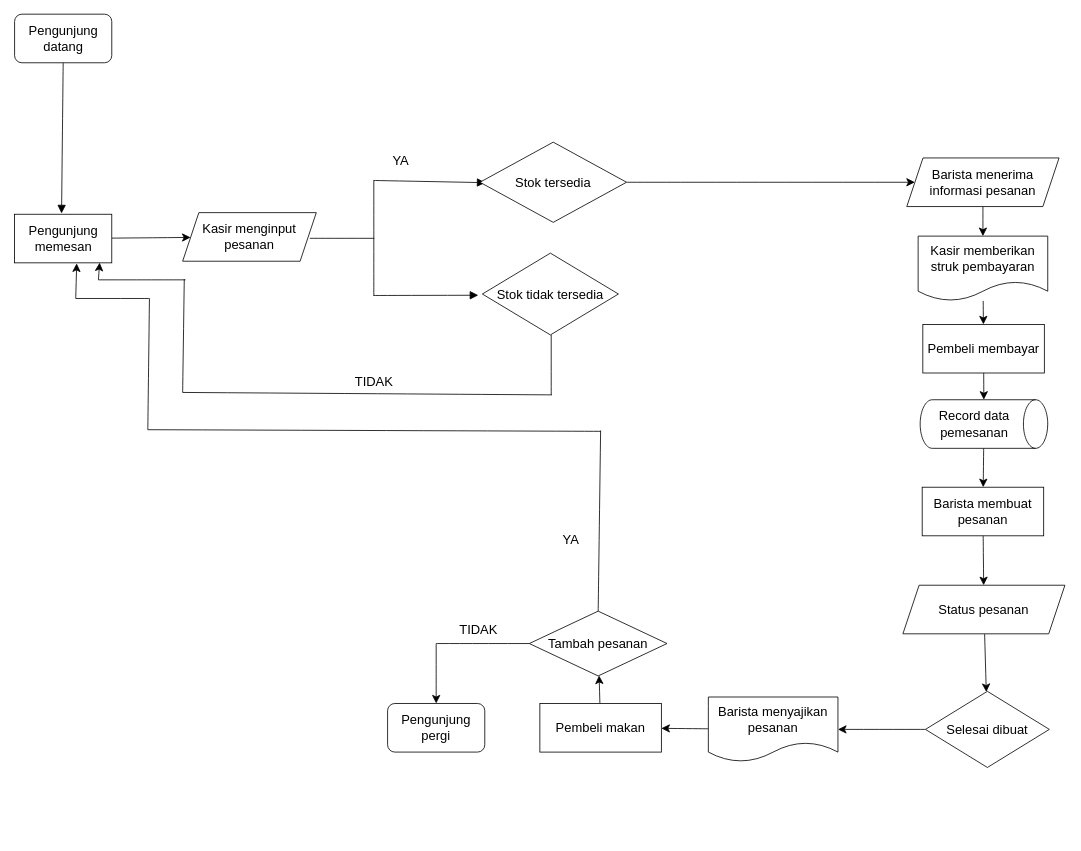
lunar-archive/PPDB keeps this draw.io diagram as Diagram Tanpa Judul.drawio. Above is the earlier version. Source tidied: cells renumbered, new cells numbered last; positions are measured from the earlier drawing's top-left corner, leaving out a move shared by most shapes. Both pictures are drawn from the tidied source at 81%, with x=0, y=0 at pixel (15, 14).
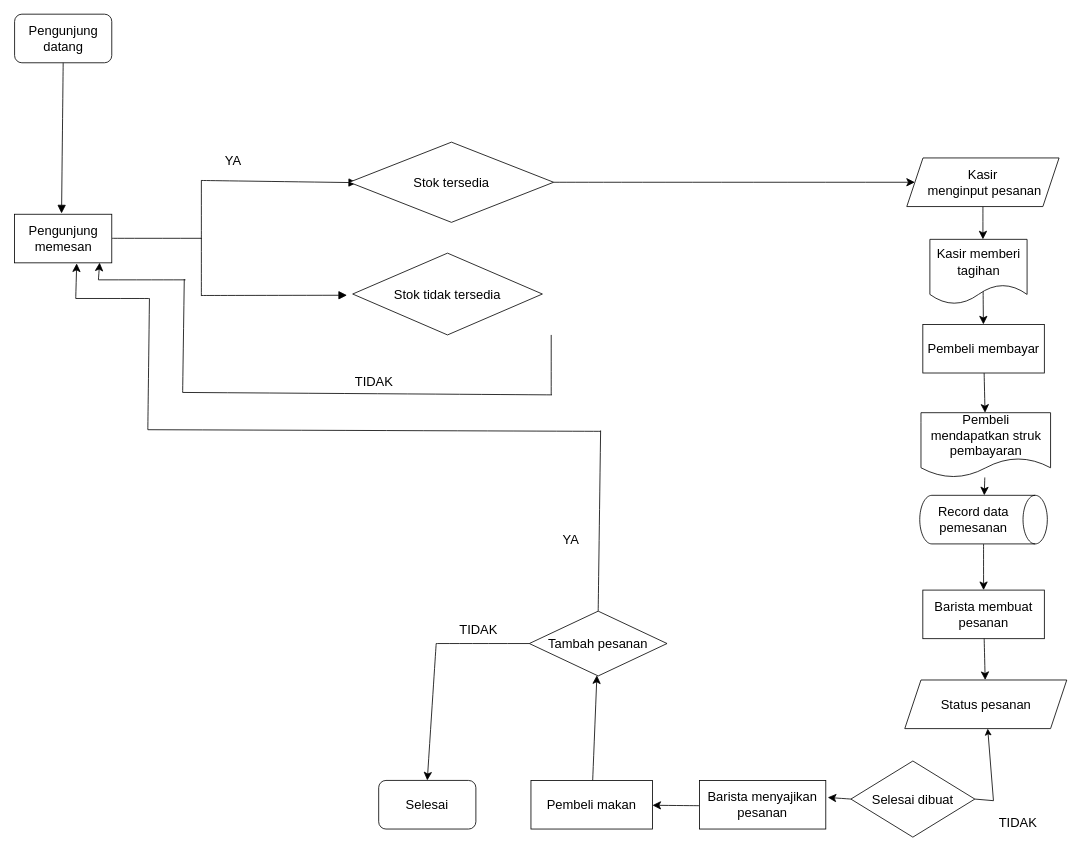
Above is the later version.

The change refers to these unchanged cells:
```xml
<mxCell id="4" value="Pengunjung&lt;br&gt;memesan" style="rounded=0;whiteSpace=wrap;html=1;fontSize=16;" parent="1" vertex="1">
  <mxGeometry x="-0.5" y="247" width="120" height="60" as="geometry" />
</mxCell>
<mxCell id="51" value="Pembeli membayar" style="rounded=0;whiteSpace=wrap;html=1;fontSize=16;" parent="1" vertex="1">
  <mxGeometry x="1120.8" y="383" width="150" height="60" as="geometry" />
</mxCell>
```

The edit, as a diff of the source:
```diff
@@
-    <mxCell id="3" style="edgeStyle=none;curved=1;rounded=0;jettySize=auto;html=1;fontSize=12;startSize=8;endSize=8;" parent="1" edge="1" source="4" target="6">
-      <mxGeometry relative="1" as="geometry" />
-    </mxCell>
@@
-    <mxCell id="6" value="Kasir menginput pesanan" style="shape=parallelogram;perimeter=parallelogramPerimeter;whiteSpace=wrap;html=1;fixedSize=1;fontSize=16;" parent="1" vertex="1">
-      <mxGeometry x="207" y="245" width="165" height="60" as="geometry" />
-    </mxCell>
@@
-    <mxCell id="8" style="edgeStyle=none;curved=1;rounded=0;jettySize=auto;html=1;fontSize=12;startSize=8;endSize=8;" parent="1" edge="1" source="9" target="49">
-      <mxGeometry relative="1" as="geometry" />
+    <mxCell id="8" style="edgeStyle=none;curved=1;rounded=0;jettySize=auto;html=1;fontSize=12;startSize=8;endSize=8;" parent="1" edge="1" source="9">
+      <mxGeometry relative="1" as="geometry">
+        <mxPoint x="1195" y="278" as="targetPoint" />
+      </mxGeometry>
     </mxCell>
-    <mxCell id="9" value="Barista menerima informasi pesanan" style="shape=parallelogram;perimeter=parallelogramPerimeter;whiteSpace=wrap;html=1;fixedSize=1;fontSize=16;" parent="1" vertex="1">
+    <mxCell id="9" value="Kasir&lt;br&gt;&amp;nbsp;menginput pesanan" style="shape=parallelogram;perimeter=parallelogramPerimeter;whiteSpace=wrap;html=1;fixedSize=1;fontSize=16;" parent="1" vertex="1">
       <mxGeometry x="1101" y="177.5" width="188" height="60" as="geometry" />
     </mxCell>
     <mxCell id="10" value="Barista membuat pesanan" style="rounded=0;whiteSpace=wrap;html=1;fontSize=16;" parent="1" vertex="1">
-      <mxGeometry x="1120" y="584" width="150" height="60" as="geometry" />
+      <mxGeometry x="1120.8" y="711" width="150" height="60" as="geometry" />
     </mxCell>
-    <mxCell id="11" style="edgeStyle=none;curved=1;rounded=0;jettySize=auto;html=1;fontSize=12;startSize=8;endSize=8;" parent="1" edge="1" source="12" target="15">
-      <mxGeometry relative="1" as="geometry" />
-    </mxCell>
     <mxCell id="12" value="Status pesanan" style="shape=parallelogram;perimeter=parallelogramPerimeter;whiteSpace=wrap;html=1;fixedSize=1;fontSize=16;" parent="1" vertex="1">
-      <mxGeometry x="1096.2" y="705" width="200" height="60" as="geometry" />
+      <mxGeometry x="1098.5" y="822" width="200" height="60" as="geometry" />
     </mxCell>
@@
-    <mxCell id="14" style="edgeStyle=none;curved=1;rounded=0;jettySize=auto;html=1;fontSize=12;startSize=8;endSize=8;" parent="1" edge="1" source="15" target="17">
-      <mxGeometry relative="1" as="geometry" />
+    <mxCell id="14" style="edgeStyle=none;curved=1;rounded=0;jettySize=auto;html=1;fontSize=12;startSize=8;endSize=8;entryX=0.99;entryY=0.362;entryDx=0;entryDy=0;entryPerimeter=0;exitX=0;exitY=0.5;exitDx=0;exitDy=0;" parent="1" edge="1" source="15">
+      <mxGeometry relative="1" as="geometry">
+        <mxPoint x="1003.4" y="967" as="targetPoint" />
+      </mxGeometry>
     </mxCell>
     <mxCell id="15" value="Selesai dibuat" style="rhombus;whiteSpace=wrap;html=1;fontSize=16;" parent="1" vertex="1">
-      <mxGeometry x="1124" y="836" width="153" height="94" as="geometry" />
+      <mxGeometry x="1032" y="922" width="153" height="94" as="geometry" />
     </mxCell>
-    <mxCell id="16" style="edgeStyle=none;curved=1;rounded=0;jettySize=auto;html=1;fontSize=12;startSize=8;endSize=8;" parent="1" edge="1" source="17" target="19">
-      <mxGeometry relative="1" as="geometry" />
+    <mxCell id="16" style="edgeStyle=none;curved=1;rounded=0;jettySize=auto;html=1;fontSize=12;startSize=8;endSize=8;" parent="1" edge="1" target="19">
+      <mxGeometry relative="1" as="geometry">
+        <mxPoint x="845" y="977.2" as="sourcePoint" />
+      </mxGeometry>
     </mxCell>
-    <mxCell id="17" value="Barista menyajikan pesanan" style="shape=document;whiteSpace=wrap;html=1;boundedLbl=1;fontSize=16;" parent="1" vertex="1">
-      <mxGeometry x="856" y="843" width="160" height="80" as="geometry" />
-    </mxCell>
@@
     <mxCell id="19" value="Pembeli makan" style="rounded=0;whiteSpace=wrap;html=1;fontSize=16;" parent="1" vertex="1">
-      <mxGeometry x="648" y="851" width="150" height="60" as="geometry" />
+      <mxGeometry x="637" y="946" width="150" height="60" as="geometry" />
     </mxCell>
@@
     <mxCell id="21" style="group;" parent="1" vertex="1">
-      <mxGeometry x="364" y="158" width="391" height="238" as="geometry" />
+      <mxGeometry x="120" y="158" width="545" height="238" as="geometry" />
     </mxCell>
     <mxCell id="22" style="endArrow=none;html=1;rounded=0;fontSize=12;startSize=8;endSize=8;curved=1;" parent="21" edge="1">
       <mxGeometry relative="1" as="geometry">
         <mxPoint y="118.7" as="sourcePoint" />
-        <mxPoint x="79" y="118.7" as="targetPoint" />
+        <mxPoint x="110.1" y="118.7" as="targetPoint" />
       </mxGeometry>
     </mxCell>
     <mxCell id="23" style="endArrow=none;html=1;rounded=0;fontSize=12;startSize=8;endSize=8;curved=1;" parent="21" edge="1">
       <mxGeometry relative="1" as="geometry">
-        <mxPoint x="79" y="119" as="sourcePoint" />
-        <mxPoint x="79" y="47" as="targetPoint" />
+        <mxPoint x="110.1" y="119" as="sourcePoint" />
+        <mxPoint x="110.1" y="47" as="targetPoint" />
       </mxGeometry>
     </mxCell>
     <mxCell id="24" style="endArrow=none;html=1;rounded=0;fontSize=12;startSize=8;endSize=8;curved=1;" parent="21" edge="1">
       <mxGeometry relative="1" as="geometry">
-        <mxPoint x="79" y="190" as="sourcePoint" />
-        <mxPoint x="79" y="118" as="targetPoint" />
+        <mxPoint x="110.1" y="190" as="sourcePoint" />
+        <mxPoint x="110.1" y="118" as="targetPoint" />
       </mxGeometry>
     </mxCell>
     <mxCell id="25" style="html=1;verticalAlign=bottom;labelBackgroundColor=none;endArrow=block;endFill=1;rounded=0;fontSize=12;startSize=8;endSize=8;curved=1;exitX=1.017;exitY=0.422;exitDx=0;exitDy=0;exitPerimeter=0;" parent="21" edge="1">
       <mxGeometry relative="1" as="geometry">
-        <mxPoint x="79" y="189.3" as="sourcePoint" />
-        <mxPoint x="208" y="189" as="targetPoint" />
+        <mxPoint x="110.1" y="189.3" as="sourcePoint" />
+        <mxPoint x="289.9" y="189" as="targetPoint" />
       </mxGeometry>
     </mxCell>
     <mxCell id="26" style="html=1;verticalAlign=bottom;labelBackgroundColor=none;endArrow=block;endFill=1;rounded=0;fontSize=12;startSize=8;endSize=8;curved=1;exitX=1.017;exitY=0.422;exitDx=0;exitDy=0;exitPerimeter=0;entryX=0.038;entryY=0.505;entryDx=0;entryDy=0;entryPerimeter=0;" parent="21" edge="1" target="27">
       <mxGeometry relative="1" as="geometry">
-        <mxPoint x="79" y="47.3" as="sourcePoint" />
+        <mxPoint x="110.1" y="47.3" as="sourcePoint" />
       </mxGeometry>
     </mxCell>
     <mxCell id="27" value="Stok tersedia" style="rhombus;whiteSpace=wrap;html=1;fontSize=16;" parent="21" vertex="1">
-      <mxGeometry x="210" width="181" height="99" as="geometry" />
+      <mxGeometry x="292.7" width="252.3" height="99" as="geometry" />
     </mxCell>
     <mxCell id="28" value="Stok tidak tersedia" style="rhombus;whiteSpace=wrap;html=1;fontSize=16;" parent="21" vertex="1">
-      <mxGeometry x="213" y="137" width="168" height="101" as="geometry" />
+      <mxGeometry x="296.9" y="137" width="234.2" height="101" as="geometry" />
     </mxCell>
     <mxCell id="29" value="YA" style="text;html=1;align=center;verticalAlign=middle;strokeColor=none;fillColor=none;fontSize=16;" parent="21" vertex="1">
-      <mxGeometry x="93" y="7" width="38" height="31" as="geometry" />
+      <mxGeometry x="129.6" y="7" width="38" height="31" as="geometry" />
     </mxCell>
-    <mxCell id="30" value="Pengunjung pergi" style="rounded=1;whiteSpace=wrap;html=1;fontSize=16;" parent="1" vertex="1">
-      <mxGeometry x="460" y="851" width="120" height="60" as="geometry" />
+    <mxCell id="30" value="Selesai" style="rounded=1;whiteSpace=wrap;html=1;fontSize=16;" parent="1" vertex="1">
+      <mxGeometry x="449" y="946" width="120" height="60" as="geometry" />
     </mxCell>
@@
     <mxCell id="47" value="Record data pemesanan" style="shape=cylinder3;whiteSpace=wrap;html=1;boundedLbl=1;backgroundOutline=1;size=15;fontSize=16;direction=south;" parent="1" vertex="1">
-      <mxGeometry x="1117.5" y="476" width="157.5" height="60" as="geometry" />
+      <mxGeometry x="1117" y="594" width="157.5" height="60" as="geometry" />
     </mxCell>
-    <mxCell id="48" style="edgeStyle=none;curved=1;rounded=0;jettySize=auto;html=1;fontSize=12;startSize=8;endSize=8;" parent="1" edge="1" source="49" target="51">
-      <mxGeometry relative="1" as="geometry" />
+    <mxCell id="48" style="edgeStyle=none;curved=1;rounded=0;jettySize=auto;html=1;fontSize=12;startSize=8;endSize=8;" parent="1" edge="1" target="51">
+      <mxGeometry relative="1" as="geometry">
+        <mxPoint x="1195.2" y="338" as="sourcePoint" />
+      </mxGeometry>
     </mxCell>
-    <mxCell id="49" value="Kasir memberikan struk pembayaran" style="shape=document;whiteSpace=wrap;html=1;boundedLbl=1;fontSize=16;" parent="1" vertex="1">
-      <mxGeometry x="1115" y="274" width="160" height="80" as="geometry" />
-    </mxCell>
-    <mxCell id="50" style="edgeStyle=none;curved=1;rounded=0;jettySize=auto;html=1;fontSize=12;startSize=8;endSize=8;" parent="1" edge="1" source="51" target="47">
-      <mxGeometry relative="1" as="geometry" />
-    </mxCell>
+    <mxCell id="52" style="edgeStyle=none;curved=1;rounded=0;jettySize=auto;html=1;fontSize=12;startSize=8;endSize=8;" parent="1" edge="1" source="51" target="54">
+      <mxGeometry relative="1" as="geometry" />
+    </mxCell>
@@
+    <mxCell id="53" style="edgeStyle=none;curved=1;rounded=0;jettySize=auto;html=1;fontSize=12;startSize=8;endSize=8;" parent="1" edge="1" source="54" target="47">
+      <mxGeometry relative="1" as="geometry" />
+    </mxCell>
+    <mxCell id="54" value="Pembeli mendapatkan struk pembayaran" style="shape=document;whiteSpace=wrap;html=1;boundedLbl=1;fontSize=16;" parent="1" vertex="1">
+      <mxGeometry x="1118.5" y="492" width="160" height="80" as="geometry" />
+    </mxCell>
+    <mxCell id="55" value="Kasir memberi tagihan" style="shape=document;whiteSpace=wrap;html=1;boundedLbl=1;fontSize=16;" parent="1" vertex="1">
+      <mxGeometry x="1129.5" y="278" width="120" height="80" as="geometry" />
+    </mxCell>
+    <mxCell id="56" value="TIDAK" style="text;html=1;align=center;verticalAlign=middle;strokeColor=none;fillColor=none;fontSize=16;" parent="1" vertex="1">
+      <mxGeometry x="1205.8" y="982" width="65" height="31" as="geometry" />
+    </mxCell>
+    <mxCell id="57" style="endArrow=classic;html=1;rounded=0;fontSize=12;curved=0;exitX=1;exitY=0.5;exitDx=0;exitDy=0;" parent="1" edge="1" source="15" target="12">
+      <mxGeometry relative="1" as="geometry">
+        <Array as="points">
+          <mxPoint x="1208" y="971" />
+        </Array>
+      </mxGeometry>
+    </mxCell>
+    <mxCell id="17" value="Barista menyajikan pesanan" style="rounded=0;whiteSpace=wrap;html=1;fontSize=16;" parent="1" vertex="1">
+      <mxGeometry x="845" y="946" width="156" height="60" as="geometry" />
+    </mxCell>
```
